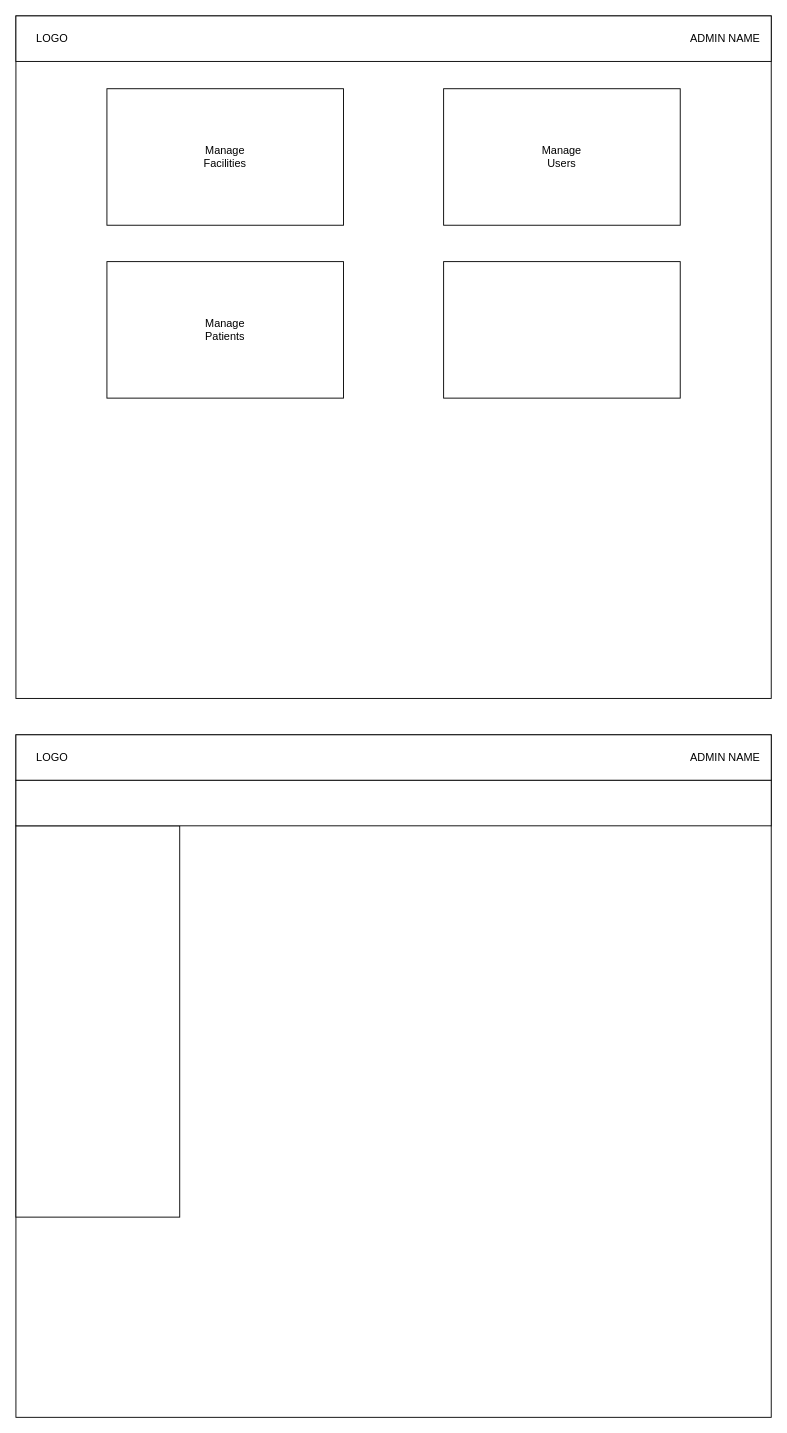
Before: diagrams/AdminPage.drawio in empty-works/plain-emrs-no-fw, a draw.io diagram. Source tidied: cells renumbered, new cells numbered last; positions are measured from the earlier drawing's top-left corner, leaving out a move shared by most shapes. Both pictures are drawn from the tidied source at 91%, with x=0, y=0 at pixel (15, 15).
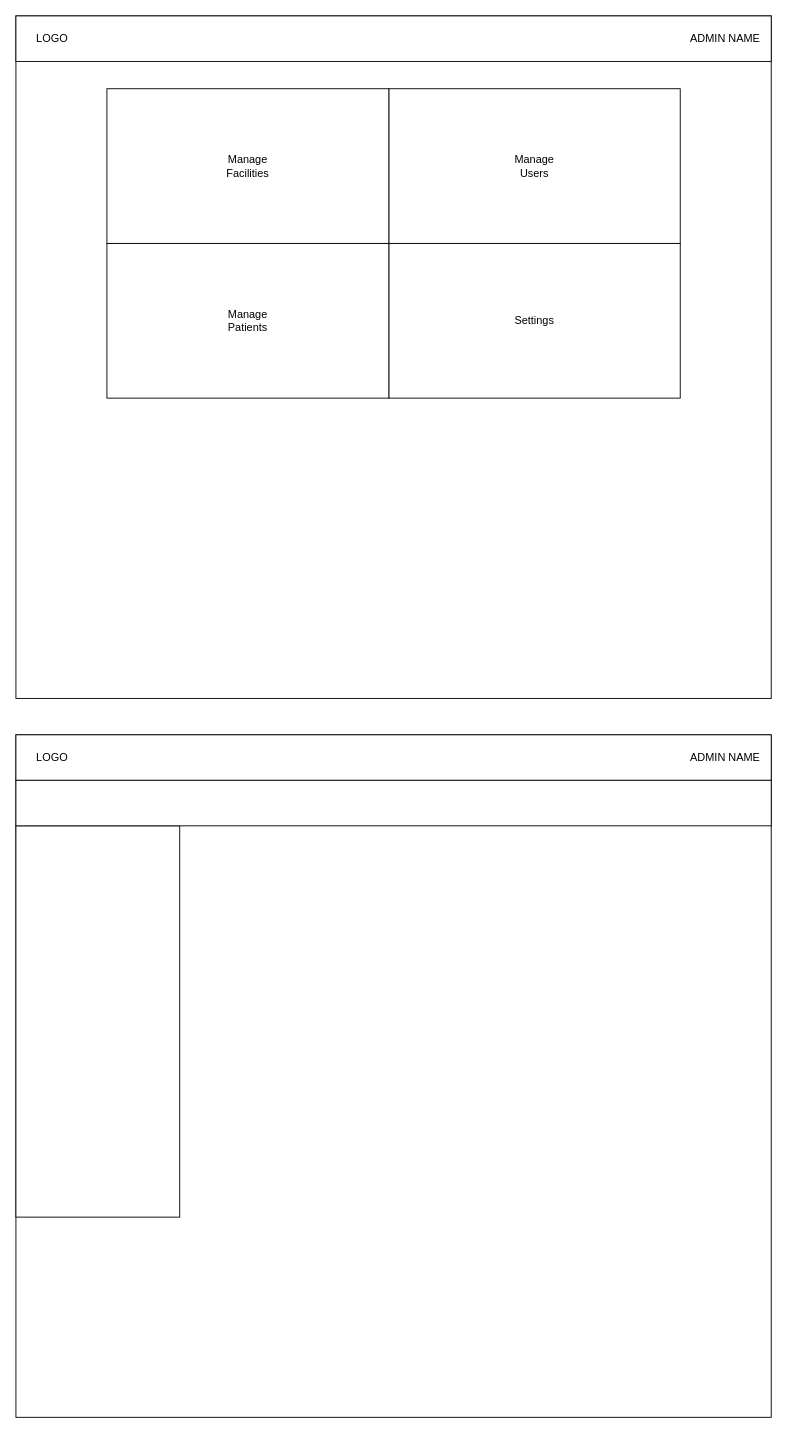
Above is the later version.

Commit message:
Just a quick design change for the landing page.

The edit, as a diff of the source:
```diff
@@
 <mxGraphModel>
   <root>
     <mxCell id="0" />
     <mxCell id="1" parent="0" />
     <mxCell id="2" style="rounded=0;whiteSpace=wrap;html=1;" parent="1" vertex="1">
       <mxGeometry y="790" width="830" height="750" as="geometry" />
     </mxCell>
     <mxCell id="3" style="rounded=0;whiteSpace=wrap;html=1;" parent="1" vertex="1">
       <mxGeometry y="790" width="830" height="50" as="geometry" />
     </mxCell>
     <mxCell id="4" style="rounded=0;whiteSpace=wrap;html=1;" parent="1" vertex="1">
       <mxGeometry y="890" width="180" height="430" as="geometry" />
     </mxCell>
     <mxCell id="5" value="LOGO" style="text;html=1;strokeColor=none;fillColor=none;align=center;verticalAlign=middle;whiteSpace=wrap;rounded=0;" parent="1" vertex="1">
       <mxGeometry x="10" y="800" width="60" height="30" as="geometry" />
     </mxCell>
     <mxCell id="6" value="ADMIN NAME" style="text;html=1;strokeColor=none;fillColor=none;align=right;verticalAlign=middle;whiteSpace=wrap;rounded=0;" parent="1" vertex="1">
       <mxGeometry x="640" y="800" width="180" height="30" as="geometry" />
     </mxCell>
     <mxCell id="7" style="rounded=0;whiteSpace=wrap;html=1;" parent="1" vertex="1">
       <mxGeometry y="840" width="830" height="50" as="geometry" />
     </mxCell>
     <mxCell id="8" style="rounded=0;whiteSpace=wrap;html=1;" parent="1" vertex="1">
       <mxGeometry width="830" height="750" as="geometry" />
     </mxCell>
     <mxCell id="9" style="rounded=0;whiteSpace=wrap;html=1;" parent="1" vertex="1">
       <mxGeometry width="830" height="50" as="geometry" />
     </mxCell>
     <mxCell id="10" value="LOGO" style="text;html=1;strokeColor=none;fillColor=none;align=center;verticalAlign=middle;whiteSpace=wrap;rounded=0;" parent="1" vertex="1">
       <mxGeometry x="10" y="10" width="60" height="30" as="geometry" />
     </mxCell>
     <mxCell id="11" value="ADMIN NAME" style="text;html=1;strokeColor=none;fillColor=none;align=right;verticalAlign=middle;whiteSpace=wrap;rounded=0;" parent="1" vertex="1">
       <mxGeometry x="640" y="10" width="180" height="30" as="geometry" />
     </mxCell>
     <mxCell id="12" value="&lt;div&gt;Manage&lt;br&gt;&lt;/div&gt;&lt;div&gt;Facilities&lt;/div&gt;" style="rounded=0;whiteSpace=wrap;html=1;" parent="1" vertex="1">
-      <mxGeometry x="100" y="80" width="260" height="150" as="geometry" />
+      <mxGeometry x="100" y="80" width="310" height="170" as="geometry" />
     </mxCell>
     <mxCell id="13" value="&lt;div&gt;Manage&lt;br&gt;&lt;/div&gt;&lt;div&gt;Users&lt;/div&gt;" style="rounded=0;whiteSpace=wrap;html=1;" parent="1" vertex="1">
-      <mxGeometry x="470" y="80" width="260" height="150" as="geometry" />
+      <mxGeometry x="410" y="80" width="320" height="170" as="geometry" />
     </mxCell>
     <mxCell id="14" value="&lt;div&gt;Manage&lt;/div&gt;&lt;div&gt;Patients&lt;br&gt;&lt;/div&gt;" style="rounded=0;whiteSpace=wrap;html=1;" parent="1" vertex="1">
-      <mxGeometry x="100" y="270" width="260" height="150" as="geometry" />
+      <mxGeometry x="100" y="250" width="310" height="170" as="geometry" />
     </mxCell>
-    <mxCell id="15" style="rounded=0;whiteSpace=wrap;html=1;" parent="1" vertex="1">
-      <mxGeometry x="470" y="270" width="260" height="150" as="geometry" />
+    <mxCell id="15" value="Settings" style="rounded=0;whiteSpace=wrap;html=1;" parent="1" vertex="1">
+      <mxGeometry x="410" y="250" width="320" height="170" as="geometry" />
     </mxCell>
   </root>
 </mxGraphModel>
```
